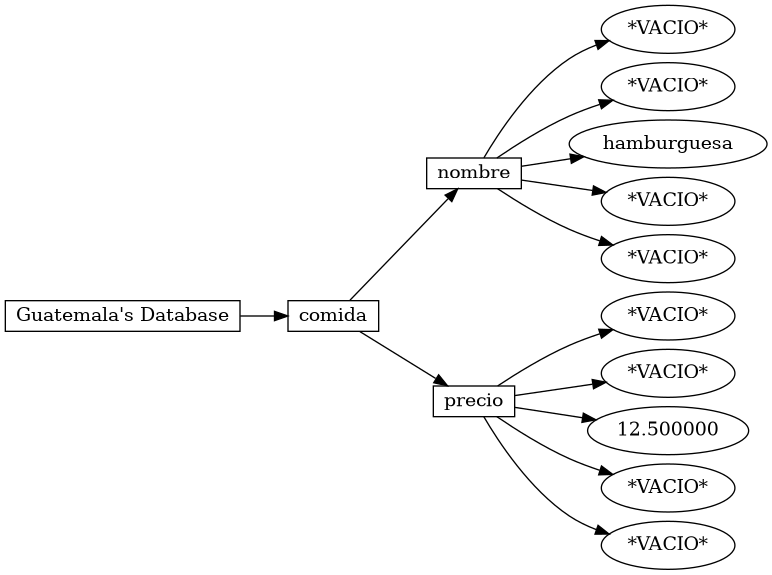
The Graphviz diagram Docs/Grafico.png in Fxhnd13/EstructuraDeDatos_Proyecto_2, before a commit. Its source is kept beside it as Docs/Grafico.dot.
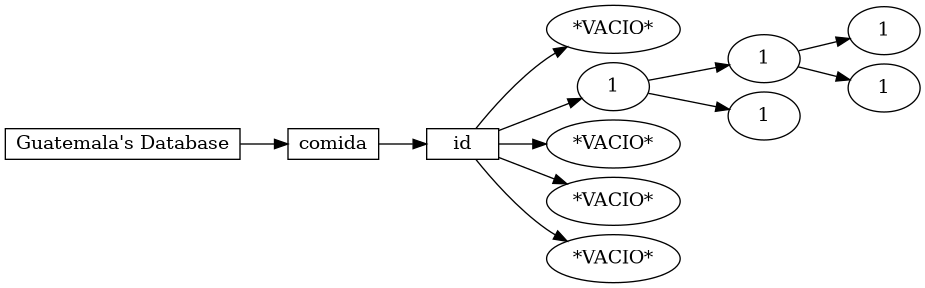
The same diagram one commit later.

Change to the diagram source:
```diff
@@ -5,27 +5,23 @@
      node0 -> node1;
      node1 [label="comida", shape=record, height=.1];
      node1 -> node2;
-     node2 [label="nombre", shape=record, height=.1];
+     node2 [label="id", shape=record, height=.1];
      node2 -> node3;
      node3 [label="*VACIO*"];
      node2 -> node4;
-     node4 [label="*VACIO*"];
-     node2 -> node5;
-     node5 [label="hamburguesa"];
-     node2 -> node6;
-     node6 [label="*VACIO*"];
-     node2 -> node7;
-     node7 [label="*VACIO*"];
-     node1 -> node8;
-     node8 [label="precio", shape=record, height=.1];
-     node8 -> node9;
+     node4 [label="1"];
+     node4 -> node5;
+     node5 [label="1"];
+     node5 -> node6;
+     node6 [label="1"];
+     node5 -> node7;
+     node7 [label="1"];
+     node4 -> node8;
+     node8 [label="1"];
+     node2 -> node9;
      node9 [label="*VACIO*"];
-     node8 -> node10;
+     node2 -> node10;
      node10 [label="*VACIO*"];
-     node8 -> node11;
-     node11 [label="12.500000"];
-     node8 -> node12;
-     node12 [label="*VACIO*"];
-     node8 -> node13;
-     node13 [label="*VACIO*"];
+     node2 -> node11;
+     node11 [label="*VACIO*"];
 }
```
